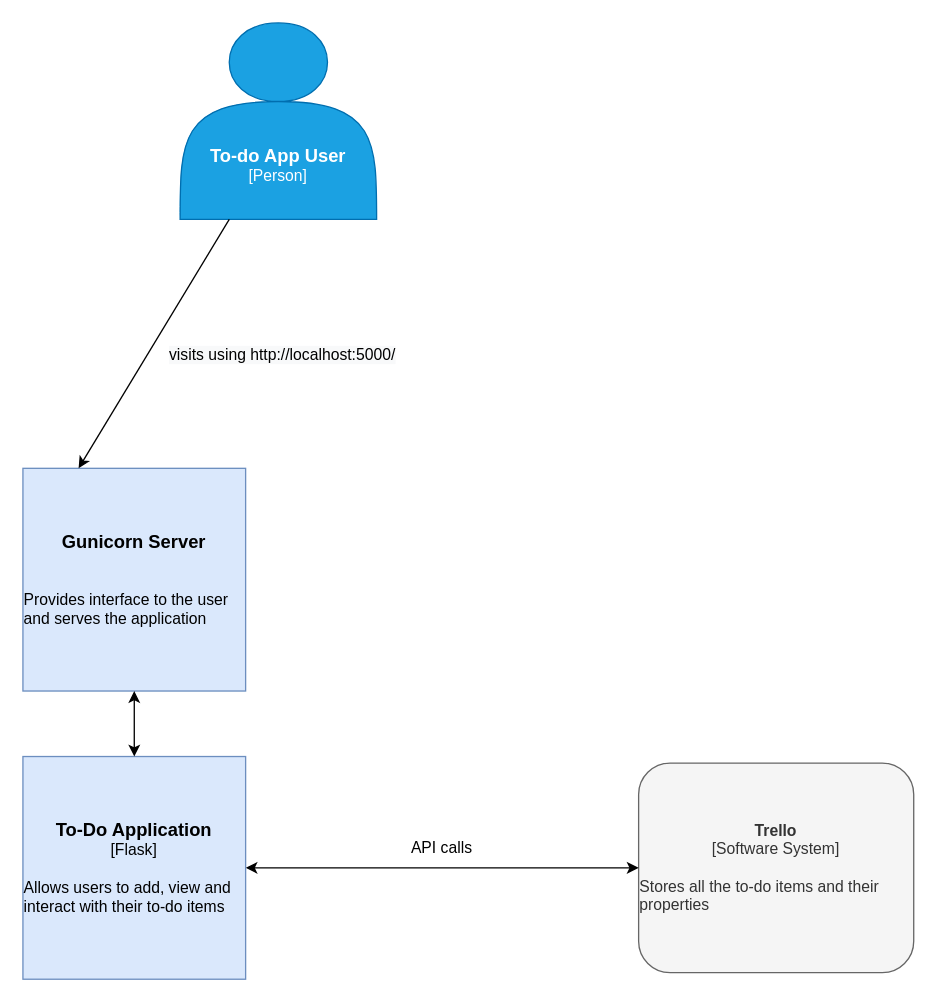
This is Documentation/Container Diagram.drawio from Gontx/DevOps-Course-Starter, a draw.io file, before an edit. Source tidied: cells renumbered, new cells numbered last; positions are measured from the earlier drawing's top-left corner, leaving out a move shared by most shapes. Both pictures are drawn from the tidied source at 131%, with x=0, y=0 at pixel (22, 22).
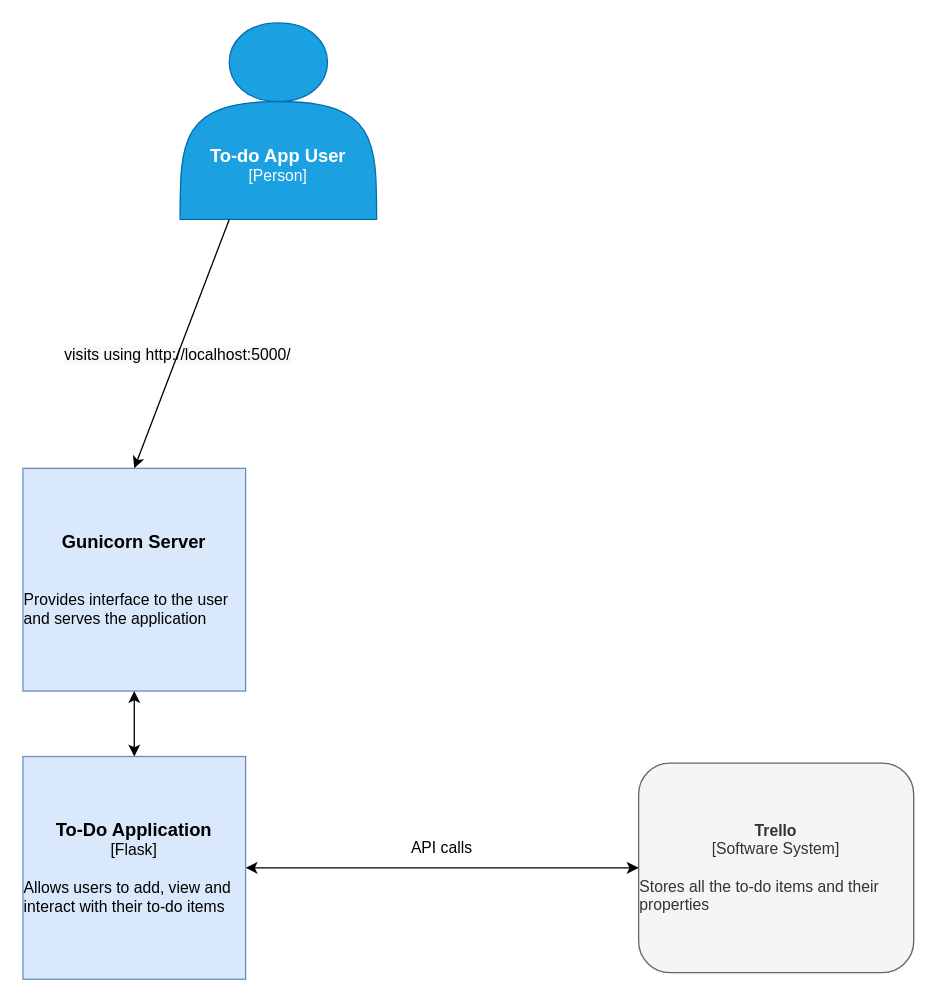
Above is the later version.

Diff of the diagram source:
```diff
@@
 <mxGraphModel>
   <root>
     <mxCell id="0" />
     <mxCell id="1" parent="0" />
     <mxCell id="2" value="&lt;b style=&quot;font-size: 14px&quot;&gt;&lt;br&gt;&lt;br&gt;&lt;br&gt;&lt;br&gt;To-do App User&lt;/b&gt;&lt;br&gt;[Person]" style="shape=actor;whiteSpace=wrap;html=1;fillColor=#1ba1e2;strokeColor=#006EAF;fontColor=#ffffff;" parent="1" vertex="1">
       <mxGeometry x="120" width="150" height="150" as="geometry" />
     </mxCell>
     <mxCell id="3" value="&lt;font&gt;&lt;b style=&quot;font-size: 12px&quot;&gt;Trello&lt;/b&gt;&lt;br&gt;[Software System]&lt;br&gt;&lt;br&gt;&lt;div style=&quot;text-align: left&quot;&gt;Stores all the to-do items and their properties&lt;/div&gt;&lt;/font&gt;" style="rounded=1;whiteSpace=wrap;html=1;fillColor=#f5f5f5;strokeColor=#666666;fontColor=#333333;" parent="1" vertex="1">
       <mxGeometry x="470" y="565" width="210" height="160" as="geometry" />
     </mxCell>
     <mxCell id="4" value="API calls" style="text;html=1;strokeColor=none;fillColor=none;align=center;verticalAlign=middle;whiteSpace=wrap;rounded=0;" parent="1" vertex="1">
       <mxGeometry x="280" y="620" width="80" height="20" as="geometry" />
     </mxCell>
     <mxCell id="5" value="&lt;b&gt;&lt;font style=&quot;font-size: 14px&quot;&gt;Gunicorn Server&lt;br&gt;&lt;/font&gt;&lt;/b&gt;&lt;br&gt;&lt;br&gt;&lt;div style=&quot;text-align: left&quot;&gt;&lt;span&gt;Provides interface to the user and serves the application&lt;/span&gt;&lt;/div&gt;" style="whiteSpace=wrap;html=1;fillColor=#dae8fc;strokeColor=#6c8ebf;" parent="1" vertex="1">
       <mxGeometry y="340" width="170" height="170" as="geometry" />
     </mxCell>
     <mxCell id="6" value="&lt;span style=&quot;color: rgb(0, 0, 0); font-family: helvetica; font-size: 12px; font-style: normal; font-weight: 400; letter-spacing: normal; text-align: center; text-indent: 0px; text-transform: none; word-spacing: 0px; background-color: rgb(248, 249, 250); display: inline; float: none;&quot;&gt;visits using http://localhost:5000/&lt;/span&gt;" style="text;whiteSpace=wrap;html=1;" parent="1" vertex="1">
-      <mxGeometry x="110" y="240" width="200" height="30" as="geometry" />
+      <mxGeometry x="30" y="240" width="200" height="30" as="geometry" />
     </mxCell>
-    <mxCell id="7" style="endArrow=classic;html=1;exitX=0.25;exitY=1;exitDx=0;exitDy=0;entryX=0.25;entryY=0;entryDx=0;entryDy=0;" parent="1" edge="1" source="2" target="5">
+    <mxCell id="7" style="endArrow=classic;html=1;exitX=0.25;exitY=1;exitDx=0;exitDy=0;entryX=0.5;entryY=0;entryDx=0;entryDy=0;" parent="1" edge="1" source="2" target="5">
       <mxGeometry relative="1" as="geometry" />
     </mxCell>
     <mxCell id="8" style="endArrow=classic;startArrow=classic;html=1;exitX=1;exitY=0.5;exitDx=0;exitDy=0;entryX=0;entryY=0.5;entryDx=0;entryDy=0;" parent="1" edge="1" source="9" target="3">
       <mxGeometry relative="1" as="geometry" />
     </mxCell>
     <mxCell id="9" value="&lt;b&gt;&lt;font style=&quot;font-size: 14px&quot;&gt;To-Do Application&lt;br&gt;&lt;/font&gt;&lt;/b&gt;[Flask]&lt;br&gt;&lt;br&gt;&lt;div style=&quot;text-align: left&quot;&gt;&lt;span&gt;Allows users to add, view and interact with their to-do items&lt;/span&gt;&lt;/div&gt;" style="whiteSpace=wrap;html=1;fillColor=#dae8fc;strokeColor=#6c8ebf;" parent="1" vertex="1">
       <mxGeometry y="560" width="170" height="170" as="geometry" />
     </mxCell>
     <mxCell id="10" style="endArrow=classic;startArrow=classic;html=1;exitX=0.5;exitY=0;exitDx=0;exitDy=0;entryX=0.5;entryY=1;entryDx=0;entryDy=0;" parent="1" edge="1" source="9" target="5">
       <mxGeometry relative="1" as="geometry" />
     </mxCell>
   </root>
 </mxGraphModel>
```
